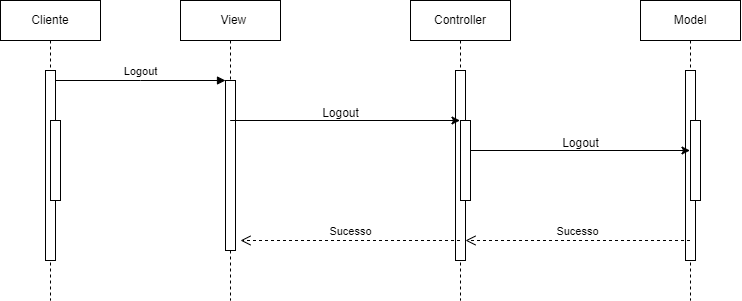
Earlier version of the draw.io export arquivosinuteis/diagramasequencia3.drawio.png (Miguel11h/tcc). Source tidied: cells renumbered, new cells last; positions are measured from the earlier drawing's top-left corner, leaving out a move shared by most shapes.
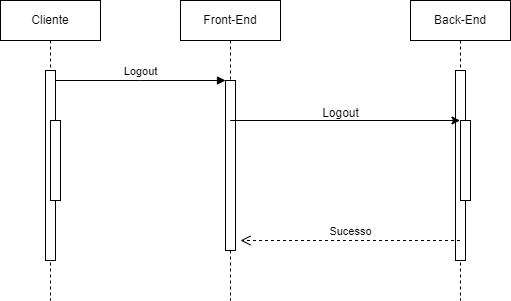
After the change.

Change to the diagram source:
```diff
@@ -11,7 +11,7 @@
     <mxCell id="4" style="html=1;perimeter=orthogonalPerimeter;targetShapes=umlLifeline;newEdgeStyle={&quot;edgeStyle&quot;:&quot;elbowEdgeStyle&quot;,&quot;elbow&quot;:&quot;vertical&quot;,&quot;curved&quot;:0,&quot;rounded&quot;:0};" parent="2" vertex="1">
       <mxGeometry x="50" y="120" width="10" height="80" as="geometry" />
     </mxCell>
-    <mxCell id="5" value="&amp;nbsp; View" style="shape=umlLifeline;perimeter=lifelinePerimeter;whiteSpace=wrap;html=1;newEdgeStyle={&quot;edgeStyle&quot;:&quot;elbowEdgeStyle&quot;,&quot;elbow&quot;:&quot;vertical&quot;,&quot;curved&quot;:0,&quot;rounded&quot;:0};" parent="1" vertex="1">
+    <mxCell id="5" value="Front-End" style="shape=umlLifeline;perimeter=lifelinePerimeter;whiteSpace=wrap;html=1;newEdgeStyle={&quot;edgeStyle&quot;:&quot;elbowEdgeStyle&quot;,&quot;elbow&quot;:&quot;vertical&quot;,&quot;curved&quot;:0,&quot;rounded&quot;:0};" parent="1" vertex="1">
       <mxGeometry x="180" width="100" height="300" as="geometry" />
     </mxCell>
     <mxCell id="6" style="html=1;points=[];perimeter=orthogonalPerimeter;outlineConnect=0;targetShapes=umlLifeline;portConstraint=eastwest;newEdgeStyle={&quot;edgeStyle&quot;:&quot;elbowEdgeStyle&quot;,&quot;elbow&quot;:&quot;vertical&quot;,&quot;curved&quot;:0,&quot;rounded&quot;:0};" parent="5" vertex="1">
@@ -24,7 +24,7 @@
         </Array>
       </mxGeometry>
     </mxCell>
-    <mxCell id="8" value="Controller" style="shape=umlLifeline;perimeter=lifelinePerimeter;whiteSpace=wrap;html=1;outlineConnect=0;portConstraint=eastwest;newEdgeStyle={&quot;edgeStyle&quot;:&quot;elbowEdgeStyle&quot;,&quot;elbow&quot;:&quot;vertical&quot;,&quot;curved&quot;:0,&quot;rounded&quot;:0};" parent="1" vertex="1">
+    <mxCell id="8" value="Back-End" style="shape=umlLifeline;perimeter=lifelinePerimeter;whiteSpace=wrap;html=1;outlineConnect=0;portConstraint=eastwest;newEdgeStyle={&quot;edgeStyle&quot;:&quot;elbowEdgeStyle&quot;,&quot;elbow&quot;:&quot;vertical&quot;,&quot;curved&quot;:0,&quot;rounded&quot;:0};" parent="1" vertex="1">
       <mxGeometry x="410" width="100" height="300" as="geometry" />
     </mxCell>
     <mxCell id="9" style="html=1;points=[];perimeter=orthogonalPerimeter;outlineConnect=0;targetShapes=umlLifeline;portConstraint=eastwest;newEdgeStyle={&quot;edgeStyle&quot;:&quot;elbowEdgeStyle&quot;,&quot;elbow&quot;:&quot;vertical&quot;,&quot;curved&quot;:0,&quot;rounded&quot;:0};" parent="8" vertex="1">
@@ -33,15 +33,6 @@
     <mxCell id="10" style="html=1;perimeter=orthogonalPerimeter;targetShapes=umlLifeline;newEdgeStyle={&quot;edgeStyle&quot;:&quot;elbowEdgeStyle&quot;,&quot;elbow&quot;:&quot;vertical&quot;,&quot;curved&quot;:0,&quot;rounded&quot;:0};" parent="8" vertex="1">
       <mxGeometry x="50" y="120" width="10" height="80" as="geometry" />
     </mxCell>
-    <mxCell id="11" value="Model" style="shape=umlLifeline;perimeter=lifelinePerimeter;whiteSpace=wrap;html=1;outlineConnect=0;portConstraint=eastwest;newEdgeStyle={&quot;edgeStyle&quot;:&quot;elbowEdgeStyle&quot;,&quot;elbow&quot;:&quot;vertical&quot;,&quot;curved&quot;:0,&quot;rounded&quot;:0};" parent="1" vertex="1">
-      <mxGeometry x="640" width="100" height="300" as="geometry" />
-    </mxCell>
-    <mxCell id="12" style="html=1;perimeter=orthogonalPerimeter;targetShapes=umlLifeline;newEdgeStyle={&quot;edgeStyle&quot;:&quot;elbowEdgeStyle&quot;,&quot;elbow&quot;:&quot;vertical&quot;,&quot;curved&quot;:0,&quot;rounded&quot;:0};" parent="11" vertex="1">
-      <mxGeometry x="45" y="70" width="10" height="190" as="geometry" />
-    </mxCell>
-    <mxCell id="13" style="html=1;perimeter=orthogonalPerimeter;targetShapes=umlLifeline;newEdgeStyle={&quot;edgeStyle&quot;:&quot;elbowEdgeStyle&quot;,&quot;elbow&quot;:&quot;vertical&quot;,&quot;curved&quot;:0,&quot;rounded&quot;:0};" parent="11" vertex="1">
-      <mxGeometry x="50" y="120" width="10" height="80" as="geometry" />
-    </mxCell>
     <mxCell id="14" value="Sucesso" style="html=1;verticalAlign=bottom;endArrow=open;dashed=1;endSize=8;edgeStyle=elbowEdgeStyle;elbow=vertical;curved=0;rounded=0;" parent="1" edge="1" source="8">
       <mxGeometry relative="1" as="geometry">
         <mxPoint x="240" y="240" as="targetPoint" />
@@ -50,28 +41,13 @@
         </Array>
       </mxGeometry>
     </mxCell>
-    <mxCell id="15" value="Sucesso" style="html=1;verticalAlign=bottom;endArrow=open;dashed=1;endSize=8;edgeStyle=elbowEdgeStyle;elbow=vertical;curved=0;rounded=0;" parent="1" edge="1" source="11" target="9">
-      <mxGeometry relative="1" as="geometry">
-        <Array as="points">
-          <mxPoint x="565" y="240" />
-        </Array>
-      </mxGeometry>
-    </mxCell>
     <mxCell id="16" style="endArrow=classic;html=1;rounded=0;" parent="1" edge="1" target="8">
       <mxGeometry relative="1" as="geometry">
         <mxPoint x="229.7" y="120" as="sourcePoint" />
       </mxGeometry>
     </mxCell>
-    <mxCell id="17" style="endArrow=classic;html=1;rounded=0;" parent="1" edge="1" target="11">
-      <mxGeometry relative="1" as="geometry">
-        <mxPoint x="470" y="150" as="sourcePoint" />
-      </mxGeometry>
-    </mxCell>
     <mxCell id="18" value="Logout" style="text;html=1;align=center;verticalAlign=middle;strokeColor=none;fillColor=none;" parent="1" vertex="1">
       <mxGeometry x="310" y="98" width="60" height="30" as="geometry" />
     </mxCell>
-    <mxCell id="19" value="Logout" style="text;html=1;align=center;verticalAlign=middle;strokeColor=none;fillColor=none;" parent="1" vertex="1">
-      <mxGeometry x="550" y="128" width="60" height="30" as="geometry" />
-    </mxCell>
   </root>
 </mxGraphModel>
```
